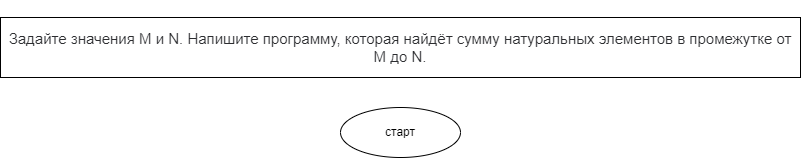
Before: DZ9/zadacha66/diagram.drawio.png, a diagram exported from draw.io (ElenaFomenkova/DZ). Source tidied: cells renumbered, new cells last; positions are measured from the earlier drawing's top-left corner, leaving out a move shared by most shapes.
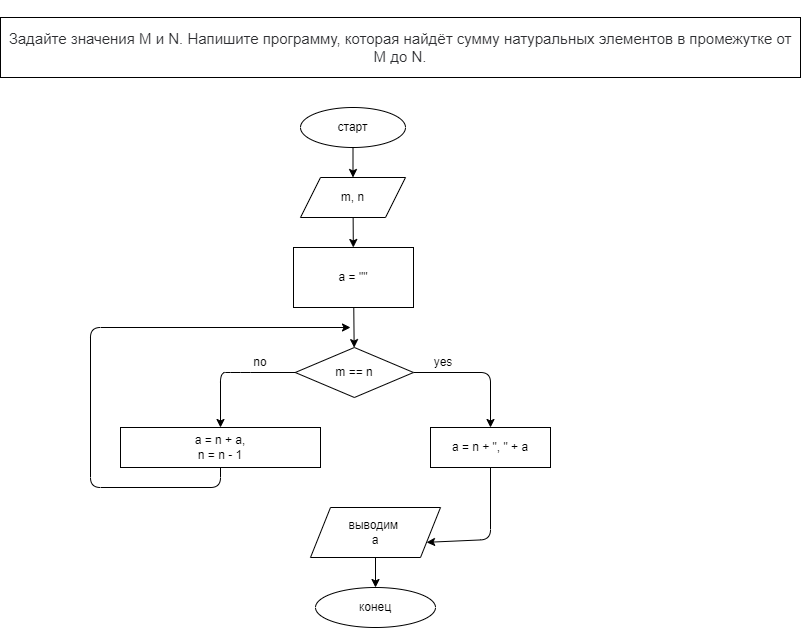
The same file after the commit.

What changed in the source:
```diff
@@ -5,8 +5,79 @@
     <mxCell id="2" value="&#10;&#10;&lt;span style=&quot;color: rgb(44, 45, 48); font-family: roboto, &amp;quot;san francisco&amp;quot;, &amp;quot;helvetica neue&amp;quot;, helvetica, arial; font-size: 15px; font-style: normal; font-weight: 400; letter-spacing: normal; text-indent: 0px; text-transform: none; word-spacing: 0px; background-color: rgb(255, 255, 255); display: inline; float: none;&quot;&gt;Задайте значения M и N. Напишите программу, которая найдёт сумму натуральных элементов в промежутке от M до N.&lt;/span&gt;&#10;&#10;" style="rounded=0;whiteSpace=wrap;html=1;" parent="1" vertex="1">
       <mxGeometry width="800" height="60" as="geometry" />
     </mxCell>
-    <mxCell id="3" value="старт" style="ellipse;whiteSpace=wrap;html=1;" parent="1" vertex="1">
-      <mxGeometry x="340" y="90" width="120" height="50" as="geometry" />
+    <mxCell id="3" style="edgeStyle=none;html=1;" parent="1" edge="1" source="4" target="6">
+      <mxGeometry relative="1" as="geometry" />
     </mxCell>
+    <mxCell id="4" value="старт" style="ellipse;whiteSpace=wrap;html=1;" parent="1" vertex="1">
+      <mxGeometry x="300" y="90" width="105" height="40" as="geometry" />
+    </mxCell>
+    <mxCell id="5" style="edgeStyle=none;html=1;" parent="1" edge="1" source="6" target="11">
+      <mxGeometry relative="1" as="geometry" />
+    </mxCell>
+    <mxCell id="6" value="m, n" style="shape=parallelogram;perimeter=parallelogramPerimeter;whiteSpace=wrap;html=1;fixedSize=1;" parent="1" vertex="1">
+      <mxGeometry x="300" y="160" width="105" height="40" as="geometry" />
+    </mxCell>
+    <mxCell id="7" style="edgeStyle=none;html=1;entryX=0.5;entryY=0;entryDx=0;entryDy=0;" parent="1" edge="1" source="9" target="14">
+      <mxGeometry relative="1" as="geometry">
+        <Array as="points">
+          <mxPoint x="240" y="355" />
+          <mxPoint x="220" y="355" />
+        </Array>
+      </mxGeometry>
+    </mxCell>
+    <mxCell id="8" style="edgeStyle=none;html=1;entryX=0.5;entryY=0;entryDx=0;entryDy=0;" parent="1" edge="1" source="9" target="16">
+      <mxGeometry relative="1" as="geometry">
+        <Array as="points">
+          <mxPoint x="490" y="355" />
+        </Array>
+      </mxGeometry>
+    </mxCell>
+    <mxCell id="9" value="m == n" style="rhombus;whiteSpace=wrap;html=1;" parent="1" vertex="1">
+      <mxGeometry x="294.8" y="330" width="118.2" height="50" as="geometry" />
+    </mxCell>
+    <mxCell id="10" style="edgeStyle=none;html=1;" parent="1" edge="1" source="11" target="9">
+      <mxGeometry relative="1" as="geometry" />
+    </mxCell>
+    <mxCell id="11" value="a = &quot;&quot;" style="rounded=0;whiteSpace=wrap;html=1;" parent="1" vertex="1">
+      <mxGeometry x="293" y="230" width="120" height="60" as="geometry" />
+    </mxCell>
+    <mxCell id="12" value="yes" style="text;html=1;strokeColor=none;fillColor=none;align=center;verticalAlign=middle;whiteSpace=wrap;rounded=0;" parent="1" vertex="1">
+      <mxGeometry x="413" y="330" width="60" height="30" as="geometry" />
+    </mxCell>
+    <mxCell id="13" style="edgeStyle=none;html=1;" parent="1" edge="1" source="14">
+      <mxGeometry relative="1" as="geometry">
+        <mxPoint x="350" y="310" as="targetPoint" />
+        <Array as="points">
+          <mxPoint x="220" y="470" />
+          <mxPoint x="90" y="470" />
+          <mxPoint x="90" y="310" />
+        </Array>
+      </mxGeometry>
+    </mxCell>
+    <mxCell id="14" value="a = n +&amp;nbsp;a,&lt;br&gt;n = n - 1" style="rounded=0;whiteSpace=wrap;html=1;" parent="1" vertex="1">
+      <mxGeometry x="120" y="410" width="200" height="40" as="geometry" />
+    </mxCell>
+    <mxCell id="15" style="edgeStyle=none;html=1;entryX=1;entryY=0.75;entryDx=0;entryDy=0;" parent="1" edge="1" source="16" target="19">
+      <mxGeometry relative="1" as="geometry">
+        <Array as="points">
+          <mxPoint x="490" y="522" />
+        </Array>
+      </mxGeometry>
+    </mxCell>
+    <mxCell id="16" value="a = n + &quot;, &quot; +&amp;nbsp;a" style="rounded=0;whiteSpace=wrap;html=1;" parent="1" vertex="1">
+      <mxGeometry x="430" y="410" width="120" height="40" as="geometry" />
+    </mxCell>
+    <mxCell id="17" value="no" style="text;html=1;strokeColor=none;fillColor=none;align=center;verticalAlign=middle;whiteSpace=wrap;rounded=0;" parent="1" vertex="1">
+      <mxGeometry x="230" y="330" width="60" height="30" as="geometry" />
+    </mxCell>
+    <mxCell id="18" style="edgeStyle=none;html=1;" parent="1" edge="1" source="19" target="20">
+      <mxGeometry relative="1" as="geometry" />
+    </mxCell>
+    <mxCell id="19" value="выводим&amp;nbsp;&lt;br&gt;a" style="shape=parallelogram;perimeter=parallelogramPerimeter;whiteSpace=wrap;html=1;fixedSize=1;" parent="1" vertex="1">
+      <mxGeometry x="310" y="490" width="130" height="50" as="geometry" />
+    </mxCell>
+    <mxCell id="20" value="конец" style="ellipse;whiteSpace=wrap;html=1;" parent="1" vertex="1">
+      <mxGeometry x="315" y="570" width="120" height="40" as="geometry" />
+    </mxCell>
   </root>
 </mxGraphModel>
```
